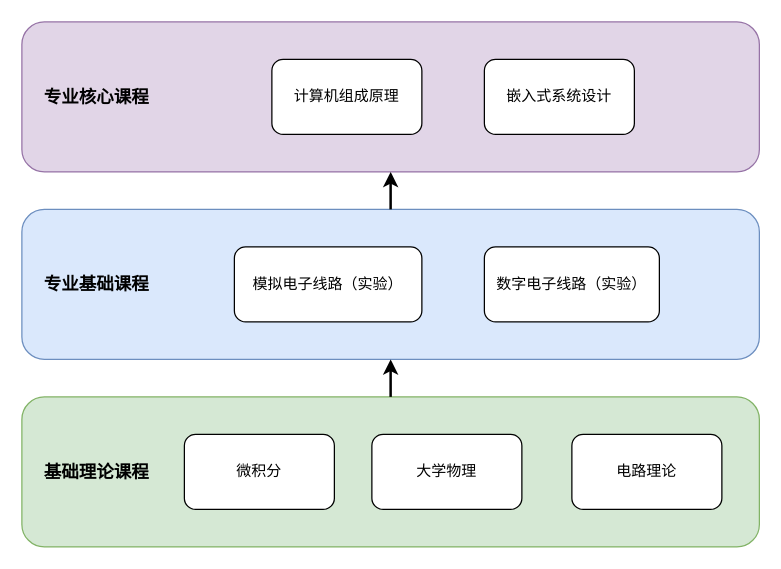
The draw.io diagram 教学结构图.drawio in zeandon/draw.io, before the edit. Source tidied: cells renumbered, new cells numbered last; positions are measured from the earlier drawing's top-left corner, leaving out a move shared by most shapes. Both pictures are drawn from the tidied source at 125%, with x=0, y=0 at pixel (21, 21).
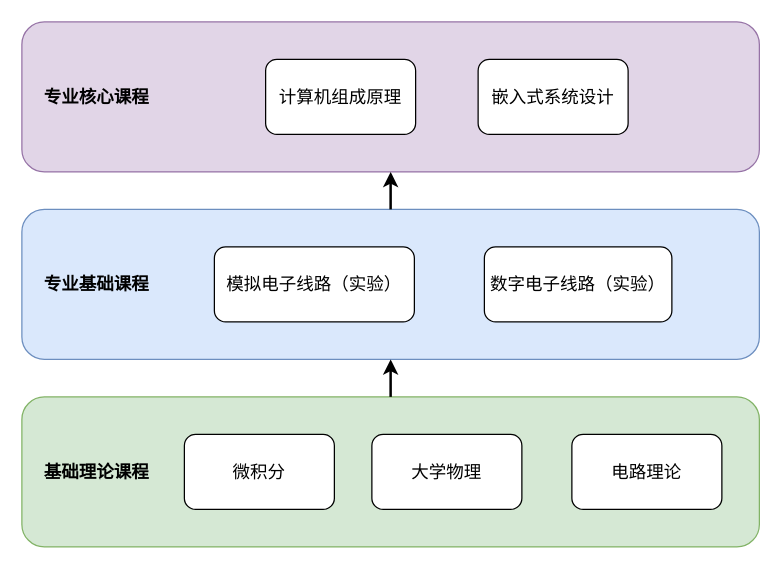
The same page after the edit.

Commit message (it also covers changes not shown here):
更新教学结构图.drawio

Change to the diagram source:
```diff
@@
 <mxGraphModel>
   <root>
     <mxCell id="0" />
     <mxCell id="1" parent="0" />
     <mxCell id="2" style="rounded=1;whiteSpace=wrap;html=1;fillColor=#e1d5e7;strokeColor=#9673a6;" parent="1" vertex="1">
       <mxGeometry width="590" height="120" as="geometry" />
     </mxCell>
     <mxCell id="3" style="rounded=1;whiteSpace=wrap;html=1;fillColor=#dae8fc;strokeColor=#6c8ebf;" parent="1" vertex="1">
       <mxGeometry y="150" width="590" height="120" as="geometry" />
     </mxCell>
     <mxCell id="4" style="rounded=1;whiteSpace=wrap;html=1;fillColor=#d5e8d4;strokeColor=#82b366;" parent="1" vertex="1">
       <mxGeometry y="300" width="590" height="120" as="geometry" />
     </mxCell>
-    <mxCell id="5" value="模拟电子线路（实验）" style="rounded=1;whiteSpace=wrap;html=1;" parent="1" vertex="1">
-      <mxGeometry x="170" y="180" width="150" height="60" as="geometry" />
+    <mxCell id="5" value="模拟电子线路（实验）" style="rounded=1;whiteSpace=wrap;html=1;fontSize=14;" parent="1" vertex="1">
+      <mxGeometry x="154" y="180" width="160" height="60" as="geometry" />
     </mxCell>
-    <mxCell id="6" value="数字电子线路（实验）" style="rounded=1;whiteSpace=wrap;html=1;" parent="1" vertex="1">
-      <mxGeometry x="370" y="180" width="140" height="60" as="geometry" />
+    <mxCell id="6" value="数字电子线路（实验）" style="rounded=1;whiteSpace=wrap;html=1;fontSize=14;" parent="1" vertex="1">
+      <mxGeometry x="370" y="180" width="150" height="60" as="geometry" />
     </mxCell>
-    <mxCell id="7" value="微积分" style="rounded=1;whiteSpace=wrap;html=1;" parent="1" vertex="1">
+    <mxCell id="7" value="微积分" style="rounded=1;whiteSpace=wrap;html=1;fontSize=14;" parent="1" vertex="1">
       <mxGeometry x="130" y="330" width="120" height="60" as="geometry" />
     </mxCell>
-    <mxCell id="8" value="大学物理" style="rounded=1;whiteSpace=wrap;html=1;" parent="1" vertex="1">
+    <mxCell id="8" value="大学物理" style="rounded=1;whiteSpace=wrap;html=1;fontSize=14;" parent="1" vertex="1">
       <mxGeometry x="280" y="330" width="120" height="60" as="geometry" />
     </mxCell>
-    <mxCell id="9" value="电路理论" style="rounded=1;whiteSpace=wrap;html=1;" parent="1" vertex="1">
+    <mxCell id="9" value="电路理论" style="rounded=1;whiteSpace=wrap;html=1;fontSize=14;" parent="1" vertex="1">
       <mxGeometry x="440" y="330" width="120" height="60" as="geometry" />
     </mxCell>
-    <mxCell id="10" value="嵌入式系统设计" style="rounded=1;whiteSpace=wrap;html=1;" parent="1" vertex="1">
-      <mxGeometry x="370" y="30" width="120" height="60" as="geometry" />
+    <mxCell id="10" value="嵌入式系统设计" style="rounded=1;whiteSpace=wrap;html=1;fontSize=14;" parent="1" vertex="1">
+      <mxGeometry x="365" y="30" width="120" height="60" as="geometry" />
     </mxCell>
-    <mxCell id="11" value="计算机组成原理" style="rounded=1;whiteSpace=wrap;html=1;" parent="1" vertex="1">
-      <mxGeometry x="200" y="30" width="120" height="60" as="geometry" />
+    <mxCell id="11" value="计算机组成原理" style="rounded=1;whiteSpace=wrap;html=1;fontSize=14;" parent="1" vertex="1">
+      <mxGeometry x="195" y="30" width="120" height="60" as="geometry" />
     </mxCell>
     <mxCell id="12" value="基础理论课程" style="text;html=1;whiteSpace=wrap;strokeColor=none;fillColor=none;align=center;verticalAlign=middle;rounded=0;fontSize=14;fontStyle=1;" parent="1" vertex="1">
       <mxGeometry x="10" y="345" width="100" height="30" as="geometry" />
     </mxCell>
     <mxCell id="13" value="专业基础课程" style="text;html=1;whiteSpace=wrap;strokeColor=none;fillColor=none;align=center;verticalAlign=middle;rounded=0;fontSize=14;fontStyle=1;" parent="1" vertex="1">
       <mxGeometry x="10" y="195" width="100" height="30" as="geometry" />
     </mxCell>
     <mxCell id="14" value="专业核心课程" style="text;html=1;whiteSpace=wrap;strokeColor=none;fillColor=none;align=center;verticalAlign=middle;rounded=0;fontSize=14;fontStyle=1;" parent="1" vertex="1">
       <mxGeometry x="10" y="45" width="100" height="30" as="geometry" />
     </mxCell>
     <mxCell id="15" style="endArrow=classic;html=1;rounded=0;exitX=0.5;exitY=0;exitDx=0;exitDy=0;entryX=0.5;entryY=1;entryDx=0;entryDy=0;strokeWidth=2;" parent="1" edge="1" source="3" target="2">
       <mxGeometry relative="1" as="geometry" />
     </mxCell>
     <mxCell id="16" style="endArrow=classic;html=1;rounded=0;exitX=0.5;exitY=0;exitDx=0;exitDy=0;entryX=0.5;entryY=1;entryDx=0;entryDy=0;strokeWidth=2;" parent="1" edge="1" source="4" target="3">
       <mxGeometry relative="1" as="geometry" />
     </mxCell>
   </root>
 </mxGraphModel>
```
